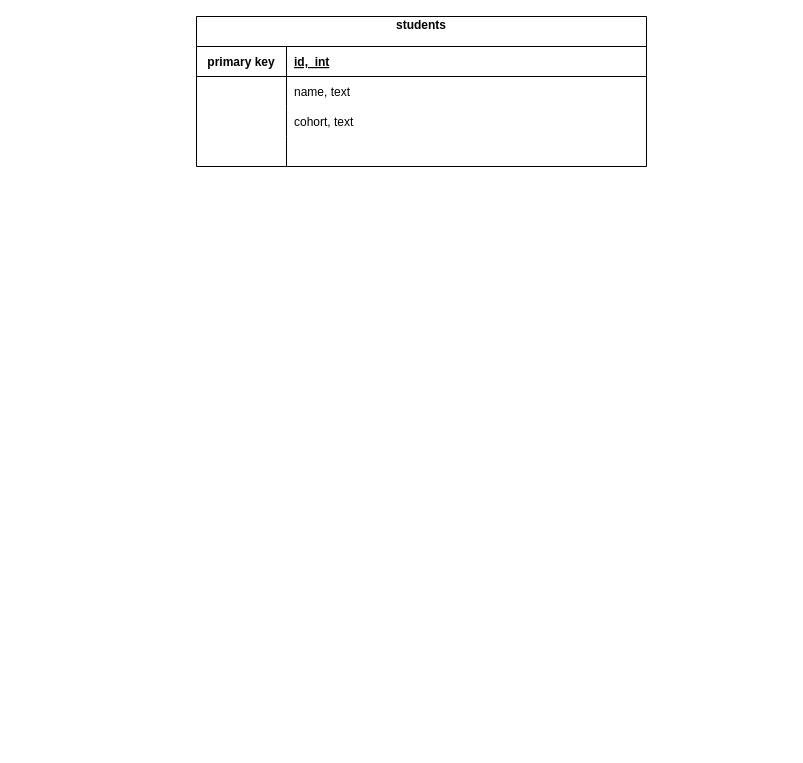
Above: OneTableSchemaDesign.drawio in robin277t/week3 (draw.io), before the change. Source tidied: cells renumbered, new cells numbered last; positions are measured from the earlier drawing's top-left corner, leaving out a move shared by most shapes. Both pictures are drawn from the tidied source at 100%, with x=0, y=0 at pixel (196, 16).
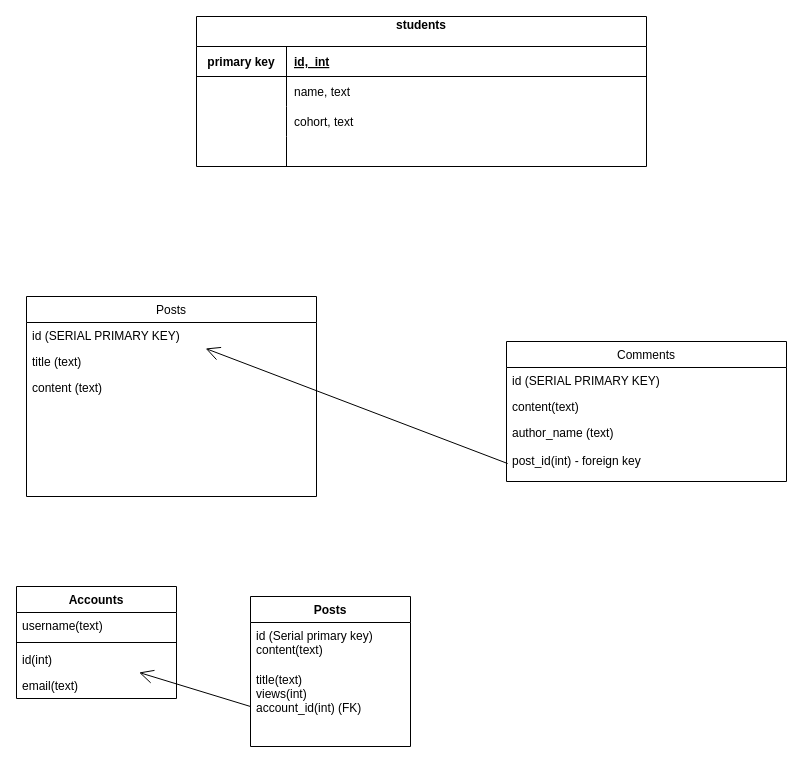
Above is the later version.

Diff of the diagram source:
```diff
@@
+    <mxCell id="15" style="text;strokeColor=none;fillColor=none;align=left;verticalAlign=middle;spacingTop=-1;spacingLeft=4;spacingRight=4;labelPosition=right;" parent="1" vertex="1">
+      <mxGeometry x="210" y="520" width="20" height="14" as="geometry" />
+    </mxCell>
+    <mxCell id="16" value="Posts" style="swimlane;fontStyle=0;horizontal=1;startSize=26;fillColor=none;" parent="1" vertex="1">
+      <mxGeometry x="-170" y="280" width="290" height="200" as="geometry" />
+    </mxCell>
+    <mxCell id="17" value="id (SERIAL PRIMARY KEY)" style="text;strokeColor=none;fillColor=none;align=left;verticalAlign=top;spacingLeft=4;spacingRight=4;overflow=hidden;points=[[0,0.5],[1,0.5]];portConstraint=eastwest;" parent="16" vertex="1">
+      <mxGeometry y="26" width="290" height="26" as="geometry" />
+    </mxCell>
+    <mxCell id="18" value="title (text)" style="text;strokeColor=none;fillColor=none;align=left;verticalAlign=top;spacingLeft=4;spacingRight=4;overflow=hidden;" parent="16" vertex="1">
+      <mxGeometry y="52" width="290" height="26" as="geometry" />
+    </mxCell>
+    <mxCell id="19" value="content (text)" style="text;strokeColor=none;fillColor=none;align=left;verticalAlign=top;spacingLeft=4;spacingRight=4;overflow=hidden;" parent="16" vertex="1">
+      <mxGeometry y="78" width="290" height="122" as="geometry" />
+    </mxCell>
+    <mxCell id="20" value="Comments" style="swimlane;fontStyle=0;horizontal=1;startSize=26;fillColor=none;" parent="1" vertex="1">
+      <mxGeometry x="310" y="325" width="280" height="140" as="geometry" />
+    </mxCell>
+    <mxCell id="21" value="id (SERIAL PRIMARY KEY)" style="text;strokeColor=none;fillColor=none;align=left;verticalAlign=top;spacingLeft=4;spacingRight=4;overflow=hidden;" parent="20" vertex="1">
+      <mxGeometry y="26" width="280" height="26" as="geometry" />
+    </mxCell>
+    <mxCell id="22" value="content(text)" style="text;strokeColor=none;fillColor=none;align=left;verticalAlign=top;spacingLeft=4;spacingRight=4;overflow=hidden;" parent="20" vertex="1">
+      <mxGeometry y="52" width="280" height="26" as="geometry" />
+    </mxCell>
+    <mxCell id="23" value="author_name (text)&#10;&#10;post_id(int) - foreign key&#10;" style="text;strokeColor=none;fillColor=none;align=left;verticalAlign=top;spacingLeft=4;spacingRight=4;overflow=hidden;points=[[0,0.5],[1,0.5]];portConstraint=eastwest;" parent="20" vertex="1">
+      <mxGeometry y="78" width="280" height="62" as="geometry" />
+    </mxCell>
+    <mxCell id="24" style="endArrow=open;endFill=1;endSize=12;html=1;exitX=0.004;exitY=0.71;exitDx=0;exitDy=0;exitPerimeter=0;" parent="1" edge="1" source="23" target="17">
+      <mxGeometry relative="1" as="geometry" />
+    </mxCell>
+    <mxCell id="25" value="Accounts" style="swimlane;fontStyle=1;align=center;verticalAlign=top;horizontal=1;startSize=26;" parent="1" vertex="1">
+      <mxGeometry x="-180" y="570" width="160" height="112" as="geometry" />
+    </mxCell>
+    <mxCell id="26" value="username(text)" style="text;strokeColor=none;fillColor=none;align=left;verticalAlign=top;spacingLeft=4;spacingRight=4;overflow=hidden;" parent="25" vertex="1">
+      <mxGeometry y="26" width="160" height="26" as="geometry" />
+    </mxCell>
+    <mxCell id="27" style="line;strokeWidth=1;fillColor=none;align=left;verticalAlign=middle;spacingTop=-1;spacingLeft=3;spacingRight=3;labelPosition=right;" parent="25" vertex="1">
+      <mxGeometry y="52" width="160" height="8" as="geometry" />
+    </mxCell>
+    <mxCell id="28" value="id(int)" style="text;strokeColor=none;fillColor=none;align=left;verticalAlign=top;spacingLeft=4;spacingRight=4;overflow=hidden;points=[[0,0.5],[1,0.5]];portConstraint=eastwest;" parent="25" vertex="1">
+      <mxGeometry y="60" width="160" height="26" as="geometry" />
+    </mxCell>
+    <mxCell id="29" value="email(text)" style="text;strokeColor=none;fillColor=none;align=left;verticalAlign=top;spacingLeft=4;spacingRight=4;overflow=hidden;" parent="25" vertex="1">
+      <mxGeometry y="86" width="160" height="26" as="geometry" />
+    </mxCell>
+    <mxCell id="30" value="Posts" style="swimlane;fontStyle=1;align=center;verticalAlign=top;horizontal=1;startSize=26;" parent="1" vertex="1">
+      <mxGeometry x="54" y="580" width="160" height="150" as="geometry" />
+    </mxCell>
+    <mxCell id="31" value="id (Serial primary key)&#10;content(text)" style="text;strokeColor=none;fillColor=none;align=left;verticalAlign=top;spacingLeft=4;spacingRight=4;overflow=hidden;" parent="30" vertex="1">
+      <mxGeometry y="26" width="160" height="44" as="geometry" />
+    </mxCell>
+    <mxCell id="32" value="title(text)&#10;views(int)&#10;account_id(int) (FK)" style="text;strokeColor=none;fillColor=none;align=left;verticalAlign=top;spacingLeft=4;spacingRight=4;overflow=hidden;points=[[0,0.5],[1,0.5]];portConstraint=eastwest;" parent="30" vertex="1">
+      <mxGeometry y="70" width="160" height="80" as="geometry" />
+    </mxCell>
+    <mxCell id="33" style="endArrow=open;endFill=1;endSize=12;html=1;exitX=0;exitY=0.5;exitDx=0;exitDy=0;" parent="1" edge="1" source="32" target="28">
+      <mxGeometry relative="1" as="geometry" />
+    </mxCell>
```
